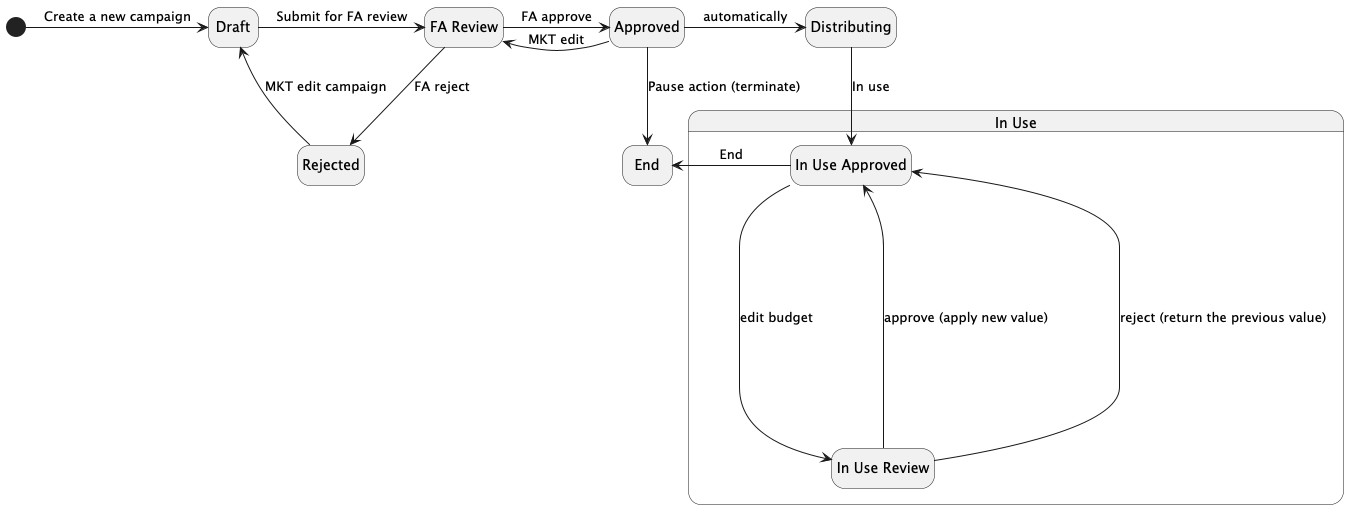
This is docs/campaign-approval.png from tasszz2k/spring-statemachine-demo, a PlantUML export, as it was before one commit. The source it was exported from:
```plantuml
@startuml
hide empty description

state "Draft" as draft
state "FA Review" as fa_review
state "Rejected" as rejected
state "Approved" as approved
state "Distributing" as distributing
state "In Use" as in_use {
    state "In Use Review" as in_use_review
    state "In Use Approved" as in_use_approved
}
state "End" as finish

[*] -> draft : Create a new campaign
draft -> fa_review : Submit for FA review
fa_review --> rejected : FA reject
rejected --> draft : MKT edit campaign
fa_review -> approved : FA approve
approved -> fa_review: MKT edit
approved -> distributing : automatically
approved -> finish: Pause action (terminate)
distributing --> in_use_approved : In use
in_use_approved --> in_use_review : edit budget
in_use_review --> in_use_approved: approve (apply new value)
in_use_review -----> in_use_approved: reject (return the previous value)
in_use_approved -> finish : End
@enduml
```
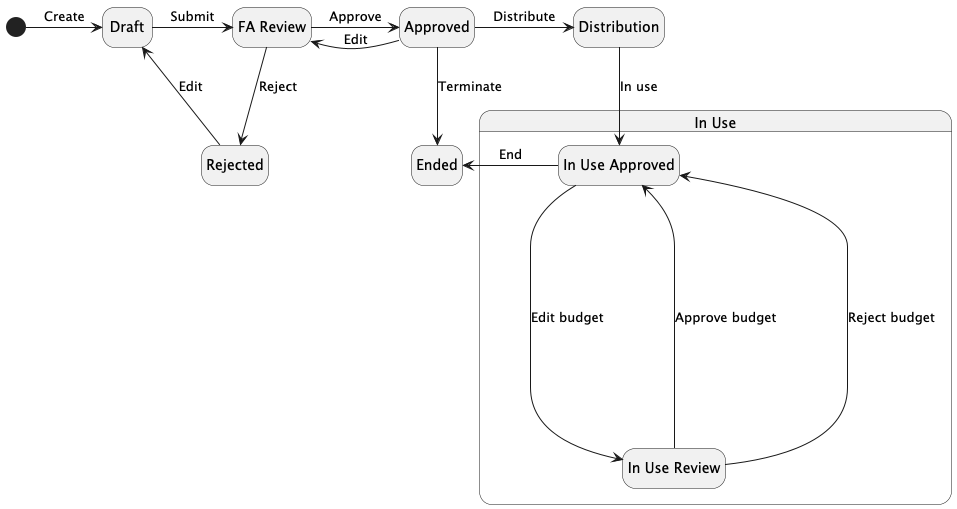
The same file after the commit.

Change to the diagram source:
```diff
@@ -5,24 +5,24 @@
 state "FA Review" as fa_review
 state "Rejected" as rejected
 state "Approved" as approved
-state "Distributing" as distributing
+state "Distribution" as distribution
 state "In Use" as in_use {
     state "In Use Review" as in_use_review
     state "In Use Approved" as in_use_approved
 }
-state "End" as finish
+state "Ended" as ended
 
-[*] -> draft : Create a new campaign
-draft -> fa_review : Submit for FA review
-fa_review --> rejected : FA reject
-rejected --> draft : MKT edit campaign
-fa_review -> approved : FA approve
-approved -> fa_review: MKT edit
-approved -> distributing : automatically
-approved -> finish: Pause action (terminate)
-distributing --> in_use_approved : In use
-in_use_approved --> in_use_review : edit budget
-in_use_review --> in_use_approved: approve (apply new value)
-in_use_review -----> in_use_approved: reject (return the previous value)
-in_use_approved -> finish : End
+[*] -> draft : Create
+draft -> fa_review : Submit
+fa_review --> rejected : Reject
+rejected --> draft : Edit
+fa_review -> approved : Approve
+approved -> fa_review: Edit
+approved -> distribution : Distribute
+approved -> ended: Terminate
+distribution --> in_use_approved : In use
+in_use_approved --> in_use_review : Edit budget
+in_use_review --> in_use_approved: Approve budget
+in_use_review -----> in_use_approved: Reject budget
+in_use_approved -> ended : End
 @enduml
```
